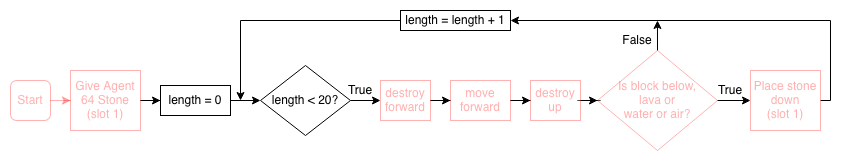
The draw.io diagram tutorials/python-islands/island-7/autominer/images/flowchart-landscape_2.png in CausewayDigital/Minecraft-EE-MakeCode, before a commit. Source tidied: cells renumbered, new cells last; positions are measured from the earlier drawing's top-left corner, leaving out a move shared by most shapes.
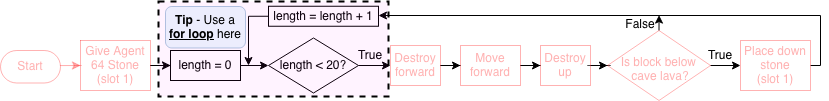
After the commit.

What changed in the source:
```diff
@@ -2,87 +2,96 @@
   <root>
     <mxCell id="0" />
     <mxCell id="1" parent="0" />
-    <mxCell id="2" style="edgeStyle=orthogonalEdgeStyle;rounded=0;jettySize=auto;html=1;strokeColor=light-dark(#FF0000,#FF0000);opacity=30;textOpacity=30;fontColor=light-dark(#FF0000,#FF0000);" parent="1" edge="1" source="3" target="5">
-      <mxGeometry relative="1" as="geometry" />
-    </mxCell>
-    <mxCell id="3" value="Start" style="rounded=1;whiteSpace=wrap;html=1;strokeColor=light-dark(#FF0000,#FF0000);opacity=30;textOpacity=30;fontColor=light-dark(#FF0000,#FF0000);" parent="1" vertex="1">
-      <mxGeometry y="70" width="40" height="40" as="geometry" />
-    </mxCell>
+    <mxCell id="26" style="edgeStyle=orthogonalEdgeStyle;rounded=0;jettySize=auto;html=1;strokeColor=#FF0000;opacity=30;fontColor=#FF0000;textOpacity=30;" parent="1" edge="1" target="5">
+      <mxGeometry relative="1" as="geometry">
+        <mxPoint x="40" y="90" as="sourcePoint" />
+      </mxGeometry>
+    </mxCell>
-    <mxCell id="4" style="edgeStyle=orthogonalEdgeStyle;rounded=0;jettySize=auto;html=1;" parent="1" edge="1" source="5" target="7">
+    <mxCell id="4" style="edgeStyle=orthogonalEdgeStyle;rounded=0;jettySize=auto;html=1;shadow=0;" parent="1" edge="1" source="5" target="7">
       <mxGeometry relative="1" as="geometry" />
     </mxCell>
-    <mxCell id="5" value="&lt;div&gt;Give Agent 64 Stone&lt;/div&gt;(slot 1)" style="rounded=0;whiteSpace=wrap;html=1;strokeColor=light-dark(#FF0000,#FF0000);opacity=30;textOpacity=30;fontColor=light-dark(#FF0000,#FF0000);" parent="1" vertex="1">
-      <mxGeometry x="60" y="60" width="70" height="60" as="geometry" />
+    <mxCell id="5" value="&lt;div&gt;Give Agent 64 Stone&lt;/div&gt;(slot 1)" style="rounded=0;whiteSpace=wrap;html=1;strokeColor=#FF0000;opacity=30;fontColor=#FF0000;textOpacity=30;" parent="1" vertex="1">
+      <mxGeometry x="60" y="65" width="70" height="50" as="geometry" />
     </mxCell>
-    <mxCell id="6" style="edgeStyle=orthogonalEdgeStyle;rounded=0;jettySize=auto;html=1;" parent="1" edge="1" source="7" target="9">
+    <mxCell id="6" style="edgeStyle=orthogonalEdgeStyle;rounded=0;jettySize=auto;html=1;shadow=0;" parent="1" edge="1" source="7" target="9">
       <mxGeometry relative="1" as="geometry" />
     </mxCell>
-    <mxCell id="7" value="length = 0" style="rounded=0;whiteSpace=wrap;html=1;" parent="1" vertex="1">
+    <mxCell id="7" value="length = 0" style="rounded=0;whiteSpace=wrap;html=1;shadow=0;" parent="1" vertex="1">
       <mxGeometry x="150" y="75" width="70" height="30" as="geometry" />
     </mxCell>
-    <mxCell id="8" style="edgeStyle=orthogonalEdgeStyle;rounded=0;jettySize=auto;html=1;" parent="1" edge="1" source="9" target="11">
-      <mxGeometry relative="1" as="geometry" />
-    </mxCell>
+    <mxCell id="27" style="edgeStyle=orthogonalEdgeStyle;rounded=0;jettySize=auto;html=1;shadow=0;" parent="1" edge="1" source="9" target="29">
+      <mxGeometry relative="1" as="geometry" />
+    </mxCell>
-    <mxCell id="9" value="length &amp;lt; 20?" style="rhombus;whiteSpace=wrap;html=1;" parent="1" vertex="1">
-      <mxGeometry x="250" y="55" width="90" height="70" as="geometry" />
+    <mxCell id="9" value="length &amp;lt; 20?" style="rhombus;whiteSpace=wrap;html=1;shadow=0;" parent="1" vertex="1">
+      <mxGeometry x="248" y="62.5" width="90" height="55" as="geometry" />
     </mxCell>
-    <mxCell id="10" style="edgeStyle=orthogonalEdgeStyle;rounded=0;jettySize=auto;html=1;" parent="1" edge="1" source="11" target="13">
-      <mxGeometry relative="1" as="geometry" />
-    </mxCell>
-    <mxCell id="11" value="destroy forward" style="rounded=0;whiteSpace=wrap;html=1;fontColor=light-dark(#FF0000,#FF0000);textOpacity=30;opacity=30;strokeColor=light-dark(#FF0000,#FF0000);" parent="1" vertex="1">
-      <mxGeometry x="370" y="70" width="50" height="40" as="geometry" />
-    </mxCell>
-    <mxCell id="12" style="edgeStyle=orthogonalEdgeStyle;rounded=0;jettySize=auto;html=1;exitX=1;exitY=0.5;exitDx=0;exitDy=0;" parent="1" edge="1" source="13" target="15">
-      <mxGeometry relative="1" as="geometry" />
-    </mxCell>
-    <mxCell id="13" value="move forward" style="rounded=0;whiteSpace=wrap;html=1;fontColor=light-dark(#FF0000,#FF0000);textOpacity=30;opacity=30;strokeColor=light-dark(#FF0000,#FF0000);" parent="1" vertex="1">
-      <mxGeometry x="440" y="70" width="60" height="40" as="geometry" />
-    </mxCell>
-    <mxCell id="14" style="edgeStyle=orthogonalEdgeStyle;rounded=0;jettySize=auto;html=1;" parent="1" edge="1" source="15" target="18">
-      <mxGeometry relative="1" as="geometry" />
-    </mxCell>
-    <mxCell id="15" value="destroy up" style="rounded=0;whiteSpace=wrap;html=1;fontColor=light-dark(#FF0000,#FF0000);textOpacity=30;opacity=30;strokeColor=light-dark(#FF0000,#FF0000);" parent="1" vertex="1">
-      <mxGeometry x="520" y="70" width="50" height="40" as="geometry" />
-    </mxCell>
-    <mxCell id="16" style="edgeStyle=orthogonalEdgeStyle;rounded=0;jettySize=auto;html=1;" parent="1" edge="1" source="18" target="20">
-      <mxGeometry relative="1" as="geometry" />
-    </mxCell>
-    <mxCell id="17" style="edgeStyle=orthogonalEdgeStyle;rounded=0;jettySize=auto;html=1;exitX=0.5;exitY=0;exitDx=0;exitDy=0;" parent="1" edge="1" source="18">
-      <mxGeometry relative="1" as="geometry">
-        <mxPoint x="647" y="10" as="targetPoint" />
-      </mxGeometry>
-    </mxCell>
-    <mxCell id="18" value="Is block below, &lt;br&gt;lava or &lt;br&gt;water or air?" style="rhombus;whiteSpace=wrap;html=1;fontColor=light-dark(#FF0000,#FF0000);textOpacity=30;opacity=30;strokeColor=light-dark(#FF0000,#FF0000);" parent="1" vertex="1">
-      <mxGeometry x="587" y="40" width="120" height="100" as="geometry" />
-    </mxCell>
-    <mxCell id="19" style="edgeStyle=orthogonalEdgeStyle;rounded=0;jettySize=auto;html=1;entryX=1;entryY=0.5;entryDx=0;entryDy=0;" parent="1" edge="1" source="20" target="25">
-      <mxGeometry relative="1" as="geometry">
-        <Array as="points">
-          <mxPoint x="820" y="90" />
-          <mxPoint x="820" y="10" />
-          <mxPoint x="505" y="10" />
-        </Array>
-      </mxGeometry>
-    </mxCell>
-    <mxCell id="20" value="&lt;div&gt;Place stone down&lt;/div&gt;(slot 1)" style="rounded=0;whiteSpace=wrap;html=1;fontColor=light-dark(#FF0000,#FF0000);textOpacity=30;opacity=30;strokeColor=light-dark(#FF0000,#FF0000);" parent="1" vertex="1">
-      <mxGeometry x="740" y="60" width="70" height="60" as="geometry" />
-    </mxCell>
-    <mxCell id="21" value="True&lt;span style=&quot;color: rgba(0 , 0 , 0 , 0) ; font-family: monospace ; font-size: 0px&quot;&gt;%3CmxGraphModel%3E%3Croot%3E%3CmxCell%20id%3D%220%22%2F%3E%3CmxCell%20id%3D%221%22%20parent%3D%220%22%2F%3E%3CmxCell%20id%3D%222%22%20value%3D%22destroy%20forward%22%20style%3D%22rounded%3D0%3BwhiteSpace%3Dwrap%3Bhtml%3D1%3B%22%20vertex%3D%221%22%20parent%3D%221%22%3E%3CmxGeometry%20x%3D%22240%22%20y%3D%22560%22%20width%3D%22120%22%20height%3D%2260%22%20as%3D%22geometry%22%2F%3E%3C%2FmxCell%3E%3C%2Froot%3E%3C%2FmxGraphModel%3E&lt;/span&gt;" style="text;html=1;align=center;verticalAlign=middle;whiteSpace=wrap;rounded=0;" parent="1" vertex="1">
-      <mxGeometry x="330" y="70" width="40" height="20" as="geometry" />
-    </mxCell>
-    <mxCell id="22" value="True&lt;span style=&quot;color: rgba(0 , 0 , 0 , 0) ; font-family: monospace ; font-size: 0px&quot;&gt;%3CmxGraphModel%3E%3Croot%3E%3CmxCell%20id%3D%220%22%2F%3E%3CmxCell%20id%3D%221%22%20parent%3D%220%22%2F%3E%3CmxCell%20id%3D%222%22%20value%3D%22destroy%20forward%22%20style%3D%22rounded%3D0%3BwhiteSpace%3Dwrap%3Bhtml%3D1%3B%22%20vertex%3D%221%22%20parent%3D%221%22%3E%3CmxGeometry%20x%3D%22240%22%20y%3D%22560%22%20width%3D%22120%22%20height%3D%2260%22%20as%3D%22geometry%22%2F%3E%3C%2FmxCell%3E%3C%2Froot%3E%3C%2FmxGraphModel%3E&lt;/span&gt;" style="text;html=1;align=center;verticalAlign=middle;whiteSpace=wrap;rounded=0;" parent="1" vertex="1">
-      <mxGeometry x="700" y="70" width="40" height="20" as="geometry" />
-    </mxCell>
+    <mxCell id="28" style="edgeStyle=orthogonalEdgeStyle;rounded=0;jettySize=auto;html=1;shadow=0;" parent="1" edge="1" source="29" target="31">
+      <mxGeometry relative="1" as="geometry" />
+    </mxCell>
+    <mxCell id="29" value="Destroy forward" style="rounded=0;whiteSpace=wrap;html=1;shadow=0;strokeColor=#FF0000;opacity=30;fontColor=#FF0000;textOpacity=30;" parent="1" vertex="1">
+      <mxGeometry x="370" y="70" width="50" height="40" as="geometry" />
+    </mxCell>
+    <mxCell id="30" style="edgeStyle=orthogonalEdgeStyle;rounded=0;jettySize=auto;html=1;exitX=1;exitY=0.5;exitDx=0;exitDy=0;shadow=0;" parent="1" edge="1" source="31" target="33">
+      <mxGeometry relative="1" as="geometry" />
+    </mxCell>
+    <mxCell id="31" value="Move forward" style="rounded=0;whiteSpace=wrap;html=1;shadow=0;strokeColor=#FF0000;opacity=30;fontColor=#FF0000;textOpacity=30;" parent="1" vertex="1">
+      <mxGeometry x="440" y="70" width="60" height="40" as="geometry" />
+    </mxCell>
+    <mxCell id="32" style="edgeStyle=orthogonalEdgeStyle;rounded=0;jettySize=auto;html=1;shadow=0;" parent="1" edge="1" source="33" target="36">
+      <mxGeometry relative="1" as="geometry" />
+    </mxCell>
+    <mxCell id="33" value="Destroy up" style="rounded=0;whiteSpace=wrap;html=1;shadow=0;strokeColor=#FF0000;opacity=30;fontColor=#FF0000;textOpacity=30;" parent="1" vertex="1">
+      <mxGeometry x="520" y="70" width="50" height="40" as="geometry" />
+    </mxCell>
+    <mxCell id="34" style="edgeStyle=orthogonalEdgeStyle;rounded=0;jettySize=auto;html=1;shadow=0;" parent="1" edge="1" source="36" target="38">
+      <mxGeometry relative="1" as="geometry" />
+    </mxCell>
+    <mxCell id="35" style="edgeStyle=orthogonalEdgeStyle;rounded=0;jettySize=auto;html=1;exitX=0.5;exitY=0;exitDx=0;exitDy=0;entryX=0.964;entryY=0.029;entryDx=0;entryDy=0;entryPerimeter=0;shadow=0;" parent="1" edge="1" source="36" target="23">
+      <mxGeometry relative="1" as="geometry" />
+    </mxCell>
+    <mxCell id="36" value="Is block below&amp;nbsp;&lt;br&gt;cave lava?" style="rhombus;whiteSpace=wrap;html=1;verticalAlign=middle;spacingBottom=0;spacingTop=7;spacingLeft=3;shadow=0;strokeColor=#FF0000;opacity=30;fontColor=#FF0000;textOpacity=30;" parent="1" vertex="1">
+      <mxGeometry x="587" y="55" width="103" height="70" as="geometry" />
+    </mxCell>
+    <mxCell id="37" style="edgeStyle=orthogonalEdgeStyle;rounded=0;jettySize=auto;html=1;entryX=1;entryY=0.5;entryDx=0;entryDy=0;shadow=0;" parent="1" edge="1" source="38" target="25">
+      <mxGeometry relative="1" as="geometry">
+        <Array as="points">
+          <mxPoint x="800" y="90" />
+          <mxPoint x="800" y="40" />
+          <mxPoint x="358" y="40" />
+        </Array>
+      </mxGeometry>
+    </mxCell>
+    <mxCell id="38" value="&lt;div&gt;Place down stone&lt;/div&gt;(slot 1)" style="rounded=0;whiteSpace=wrap;html=1;shadow=0;strokeColor=#FF0000;opacity=30;fontColor=#FF0000;textOpacity=30;" parent="1" vertex="1">
+      <mxGeometry x="720" y="65" width="70" height="50" as="geometry" />
+    </mxCell>
+    <mxCell id="39" value="True&lt;span style=&quot;color: rgba(0 , 0 , 0 , 0) ; font-family: monospace ; font-size: 0px&quot;&gt;%3CmxGraphModel%3E%3Croot%3E%3CmxCell%20id%3D%220%22%2F%3E%3CmxCell%20id%3D%221%22%20parent%3D%220%22%2F%3E%3CmxCell%20id%3D%222%22%20value%3D%22destroy%20forward%22%20style%3D%22rounded%3D0%3BwhiteSpace%3Dwrap%3Bhtml%3D1%3B%22%20vertex%3D%221%22%20parent%3D%221%22%3E%3CmxGeometry%20x%3D%22240%22%20y%3D%22560%22%20width%3D%22120%22%20height%3D%2260%22%20as%3D%22geometry%22%2F%3E%3C%2FmxCell%3E%3C%2Froot%3E%3C%2FmxGraphModel%3E&lt;/span&gt;" style="text;html=1;align=center;verticalAlign=middle;whiteSpace=wrap;rounded=0;shadow=0;" parent="1" vertex="1">
+      <mxGeometry x="330" y="70" width="40" height="20" as="geometry" />
+    </mxCell>
+    <mxCell id="40" value="True&lt;span style=&quot;color: rgba(0 , 0 , 0 , 0) ; font-family: monospace ; font-size: 0px&quot;&gt;%3CmxGraphModel%3E%3Croot%3E%3CmxCell%20id%3D%220%22%2F%3E%3CmxCell%20id%3D%221%22%20parent%3D%220%22%2F%3E%3CmxCell%20id%3D%222%22%20value%3D%22destroy%20forward%22%20style%3D%22rounded%3D0%3BwhiteSpace%3Dwrap%3Bhtml%3D1%3B%22%20vertex%3D%221%22%20parent%3D%221%22%3E%3CmxGeometry%20x%3D%22240%22%20y%3D%22560%22%20width%3D%22120%22%20height%3D%2260%22%20as%3D%22geometry%22%2F%3E%3C%2FmxCell%3E%3C%2Froot%3E%3C%2FmxGraphModel%3E&lt;/span&gt;" style="text;html=1;align=center;verticalAlign=middle;whiteSpace=wrap;rounded=0;shadow=0;" parent="1" vertex="1">
+      <mxGeometry x="680" y="70" width="40" height="20" as="geometry" />
+    </mxCell>
-    <mxCell id="23" value="False" style="text;html=1;align=center;verticalAlign=middle;whiteSpace=wrap;rounded=0;" parent="1" vertex="1">
-      <mxGeometry x="607" y="20" width="40" height="20" as="geometry" />
+    <mxCell id="23" value="False" style="text;html=1;align=center;verticalAlign=middle;whiteSpace=wrap;rounded=0;shadow=0;" parent="1" vertex="1">
+      <mxGeometry x="600" y="39" width="40" height="20" as="geometry" />
     </mxCell>
-    <mxCell id="24" style="edgeStyle=orthogonalEdgeStyle;rounded=0;jettySize=auto;html=1;exitX=0;exitY=0.5;exitDx=0;exitDy=0;" parent="1" edge="1" source="25">
-      <mxGeometry relative="1" as="geometry">
-        <mxPoint x="230" y="90" as="targetPoint" />
-      </mxGeometry>
-    </mxCell>
+    <mxCell id="41" style="edgeStyle=orthogonalEdgeStyle;rounded=0;jettySize=auto;html=1;exitX=0;exitY=0.5;exitDx=0;exitDy=0;shadow=0;" parent="1" edge="1" source="25">
+      <mxGeometry relative="1" as="geometry">
+        <mxPoint x="228" y="90" as="targetPoint" />
+        <Array as="points">
+          <mxPoint x="228" y="41" />
+        </Array>
+      </mxGeometry>
+    </mxCell>
-    <mxCell id="25" value="length = length + 1" style="rounded=0;whiteSpace=wrap;html=1;" parent="1" vertex="1">
-      <mxGeometry x="390" width="110" height="20" as="geometry" />
+    <mxCell id="25" value="length = length + 1" style="rounded=0;whiteSpace=wrap;html=1;shadow=0;" parent="1" vertex="1">
+      <mxGeometry x="248" y="30.8" width="110" height="20" as="geometry" />
     </mxCell>
+    <mxCell id="42" style="rounded=0;whiteSpace=wrap;html=1;fillColor=light-dark(#FB0FFF0D,#EDEDED0D);strokeColor=#000000;strokeWidth=2;dashed=1;perimeterSpacing=0;shadow=0;" parent="1" vertex="1">
+      <mxGeometry x="138" y="26" width="230" height="95" as="geometry" />
+    </mxCell>
+    <mxCell id="43" value="&lt;b&gt;Tip &lt;/b&gt;- Use a &lt;b&gt;&lt;u&gt;for loop&lt;/u&gt;&lt;/b&gt; here" style="text;html=1;whiteSpace=wrap;strokeColor=#6c8ebf;fillColor=#dae8fc;align=center;verticalAlign=middle;rounded=1;glass=0;shadow=0;opacity=50;" parent="1" vertex="1">
+      <mxGeometry x="145" y="31" width="80" height="41.5" as="geometry" />
+    </mxCell>
+    <mxCell id="3" value="Start" style="html=1;dashed=0;whiteSpace=wrap;shape=mxgraph.dfd.start;strokeColor=#FF0000;opacity=30;fontColor=#FF0000;textOpacity=30;" parent="1" vertex="1">
+      <mxGeometry x="-20" y="75" width="60" height="32.5" as="geometry" />
+    </mxCell>
   </root>
 </mxGraphModel>
```
